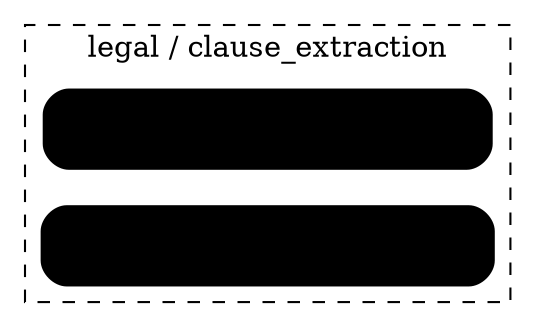
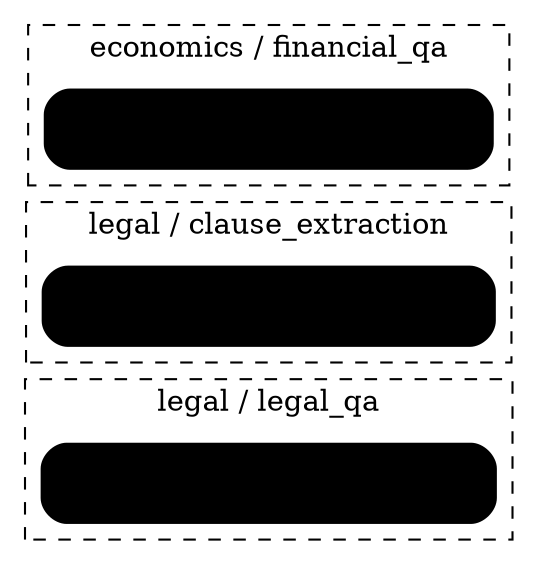
digraph Lineage {
  rankdir="LR";
  node [shape=box, style="rounded,filled", fillcolor="#eef"];
+   subgraph cluster_legal_legal_qa {
+     label="legal / legal_qa";
+     style=dashed;
+     "comp_lega_legal_qa_092073" [label="comp_lega_legal_qa_092073\nscore=0.25"];
+   }
  subgraph cluster_legal_clause_extraction {
    label="legal / clause_extraction";
    style=dashed;
-     "comp_lega_clause_e_12a0f9" [label="comp_lega_clause_e_12a0f9\nscore=0.59"];
-     "comp_lega_clause_e_c98a57" [label="comp_lega_clause_e_c98a57\nscore=0.38"];
+     "comp_lega_clause_e_3eaa11" [label="comp_lega_clause_e_3eaa11\nscore=0.37"];
+   }
+   subgraph cluster_economics_financial_qa {
+     label="economics / financial_qa";
+     style=dashed;
+     "comp_econ_financia_ce0110" [label="comp_econ_financia_ce0110\nscore=0.26"];
  }
}